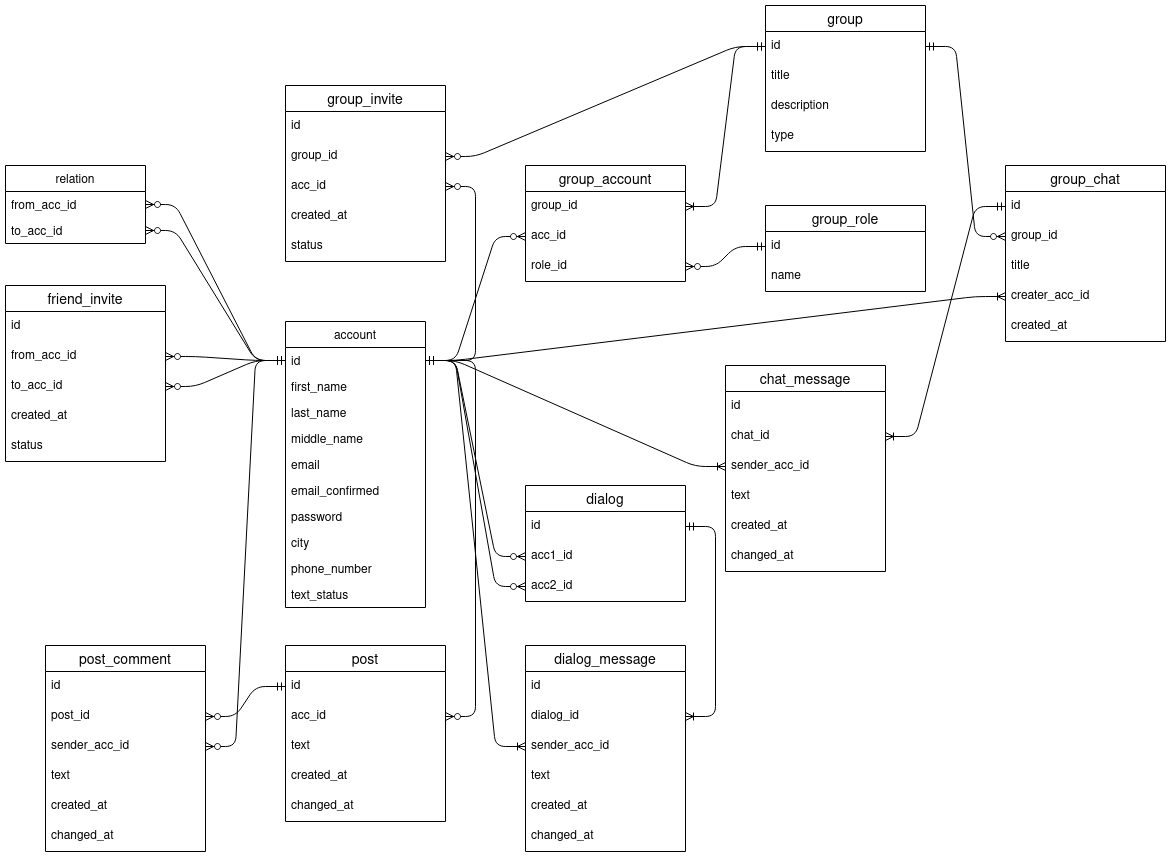
Earlier version of the draw.io export task2/db.png (DimanStrelok/Senla_Project). Source tidied: cells renumbered, new cells last; positions are measured from the earlier drawing's top-left corner, leaving out a move shared by most shapes.
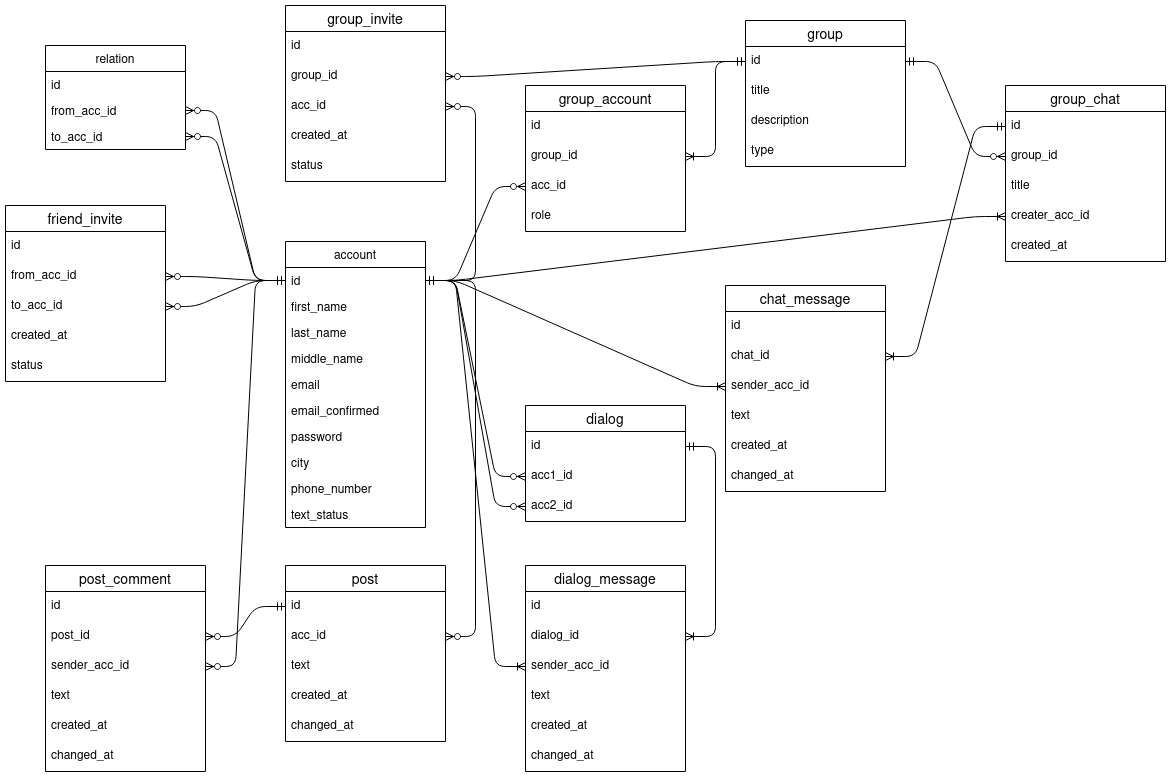
After the commit.

Commit message:
task 2: fix scheme

The edit, as a diff of the source:
```diff
@@ -36,13 +36,16 @@
       <mxGeometry y="260" width="140" height="26" as="geometry" />
     </mxCell>
     <mxCell id="13" value="relation" style="swimlane;fontStyle=0;horizontal=1;startSize=26;" parent="1" vertex="1">
-      <mxGeometry y="160" width="140" height="78" as="geometry" />
+      <mxGeometry x="40" y="120" width="140" height="104" as="geometry" />
     </mxCell>
+    <mxCell id="97" value="id" style="text;strokeColor=none;fillColor=none;align=left;verticalAlign=top;spacingLeft=4;spacingRight=4;overflow=hidden;" parent="13" vertex="1">
+      <mxGeometry y="26" width="140" height="26" as="geometry" />
+    </mxCell>
     <mxCell id="14" value="from_acc_id" style="text;strokeColor=none;fillColor=none;align=left;verticalAlign=top;spacingLeft=4;spacingRight=4;overflow=hidden;points=[[0,0.5],[1,0.5]];portConstraint=eastwest;" parent="13" vertex="1">
-      <mxGeometry y="26" width="140" height="26" as="geometry" />
+      <mxGeometry y="52" width="140" height="26" as="geometry" />
     </mxCell>
     <mxCell id="15" value="to_acc_id" style="text;strokeColor=none;fillColor=none;align=left;verticalAlign=top;spacingLeft=4;spacingRight=4;overflow=hidden;points=[[0,0.5],[1,0.5]];portConstraint=eastwest;" parent="13" vertex="1">
-      <mxGeometry y="52" width="140" height="26" as="geometry" />
+      <mxGeometry y="78" width="140" height="26" as="geometry" />
     </mxCell>
     <mxCell id="16" style="edgeStyle=entityRelationEdgeStyle;fontSize=12;html=1;endArrow=ERzeroToMany;startArrow=ERmandOne;" parent="1" edge="1" source="3" target="14">
       <mxGeometry relative="1" as="geometry" />
@@ -90,7 +93,7 @@
       <mxGeometry relative="1" as="geometry" />
     </mxCell>
     <mxCell id="31" value="group" style="swimlane;fontStyle=0;horizontal=1;startSize=26;align=center;fontSize=14;" parent="1" vertex="1">
-      <mxGeometry x="760" width="160" height="146" as="geometry" />
+      <mxGeometry x="740" y="95" width="160" height="146" as="geometry" />
     </mxCell>
     <mxCell id="32" value="id" style="text;strokeColor=none;fillColor=none;spacingLeft=4;spacingRight=4;overflow=hidden;points=[[0,0.5],[1,0.5]];portConstraint=eastwest;fontSize=12;" parent="31" vertex="1">
       <mxGeometry y="26" width="160" height="30" as="geometry" />
@@ -105,17 +108,20 @@
       <mxGeometry y="116" width="160" height="30" as="geometry" />
     </mxCell>
     <mxCell id="36" value="group_account" style="swimlane;fontStyle=0;horizontal=1;startSize=26;align=center;fontSize=14;" parent="1" vertex="1">
-      <mxGeometry x="520" y="160" width="160" height="116" as="geometry" />
+      <mxGeometry x="520" y="160" width="160" height="146" as="geometry" />
     </mxCell>
+    <mxCell id="73" value="id" style="text;strokeColor=none;fillColor=none;spacingLeft=4;spacingRight=4;overflow=hidden;points=[[0,0.5],[1,0.5]];portConstraint=eastwest;fontSize=12;" parent="36" vertex="1">
+      <mxGeometry y="26" width="160" height="30" as="geometry" />
+    </mxCell>
     <mxCell id="37" value="group_id" style="text;strokeColor=none;fillColor=none;spacingLeft=4;spacingRight=4;overflow=hidden;points=[[0,0.5],[1,0.5]];portConstraint=eastwest;fontSize=12;" parent="36" vertex="1">
-      <mxGeometry y="26" width="160" height="30" as="geometry" />
+      <mxGeometry y="56" width="160" height="30" as="geometry" />
     </mxCell>
     <mxCell id="38" value="acc_id" style="text;strokeColor=none;fillColor=none;spacingLeft=4;spacingRight=4;overflow=hidden;points=[[0,0.5],[1,0.5]];portConstraint=eastwest;fontSize=12;" parent="36" vertex="1">
-      <mxGeometry y="56" width="160" height="30" as="geometry" />
+      <mxGeometry y="86" width="160" height="30" as="geometry" />
     </mxCell>
-    <mxCell id="39" value="role_id" style="text;strokeColor=none;fillColor=none;spacingLeft=4;spacingRight=4;overflow=hidden;points=[[0,0.5],[1,0.5]];portConstraint=eastwest;fontSize=12;" parent="36" vertex="1">
-      <mxGeometry y="86" width="160" height="30" as="geometry" />
-    </mxCell>
+    <mxCell id="98" value="role" style="text;strokeColor=none;fillColor=none;spacingLeft=4;spacingRight=4;overflow=hidden;fontSize=12;" parent="36" vertex="1">
+      <mxGeometry y="116" width="160" height="30" as="geometry" />
+    </mxCell>
     <mxCell id="40" style="edgeStyle=entityRelationEdgeStyle;fontSize=12;html=1;endArrow=ERzeroToMany;startArrow=ERmandOne;" parent="1" edge="1" source="3" target="38">
       <mxGeometry relative="1" as="geometry" />
     </mxCell>
@@ -212,15 +218,6 @@
     <mxCell id="71" value="changed_at" style="text;strokeColor=none;fillColor=none;spacingLeft=4;spacingRight=4;overflow=hidden;fontSize=12;" parent="66" vertex="1">
       <mxGeometry y="146" width="160" height="30" as="geometry" />
     </mxCell>
-    <mxCell id="72" value="group_role" style="swimlane;fontStyle=0;horizontal=1;startSize=26;align=center;fontSize=14;" parent="1" vertex="1">
-      <mxGeometry x="760" y="200" width="160" height="86" as="geometry" />
-    </mxCell>
-    <mxCell id="73" value="id" style="text;strokeColor=none;fillColor=none;spacingLeft=4;spacingRight=4;overflow=hidden;points=[[0,0.5],[1,0.5]];portConstraint=eastwest;fontSize=12;" parent="72" vertex="1">
-      <mxGeometry y="26" width="160" height="30" as="geometry" />
-    </mxCell>
-    <mxCell id="74" value="name" style="text;strokeColor=none;fillColor=none;spacingLeft=4;spacingRight=4;overflow=hidden;fontSize=12;" parent="72" vertex="1">
-      <mxGeometry y="56" width="160" height="30" as="geometry" />
-    </mxCell>
     <mxCell id="75" style="edgeStyle=entityRelationEdgeStyle;fontSize=12;html=1;endArrow=ERoneToMany;startArrow=ERmandOne;" parent="1" edge="1" source="3" target="46">
       <mxGeometry relative="1" as="geometry" />
     </mxCell>
@@ -233,9 +230,6 @@
     <mxCell id="78" style="edgeStyle=entityRelationEdgeStyle;fontSize=12;html=1;endArrow=ERzeroToMany;startArrow=ERmandOne;" parent="1" edge="1" source="3" target="21">
       <mxGeometry relative="1" as="geometry" />
     </mxCell>
-    <mxCell id="79" style="edgeStyle=entityRelationEdgeStyle;fontSize=12;html=1;endArrow=ERzeroToMany;startArrow=ERmandOne;" parent="1" edge="1" source="73" target="39">
-      <mxGeometry relative="1" as="geometry" />
-    </mxCell>
     <mxCell id="80" value="post_comment" style="swimlane;fontStyle=0;horizontal=1;startSize=26;align=center;fontSize=14;" parent="1" vertex="1">
       <mxGeometry x="40" y="640" width="160" height="206" as="geometry" />
     </mxCell>
```
